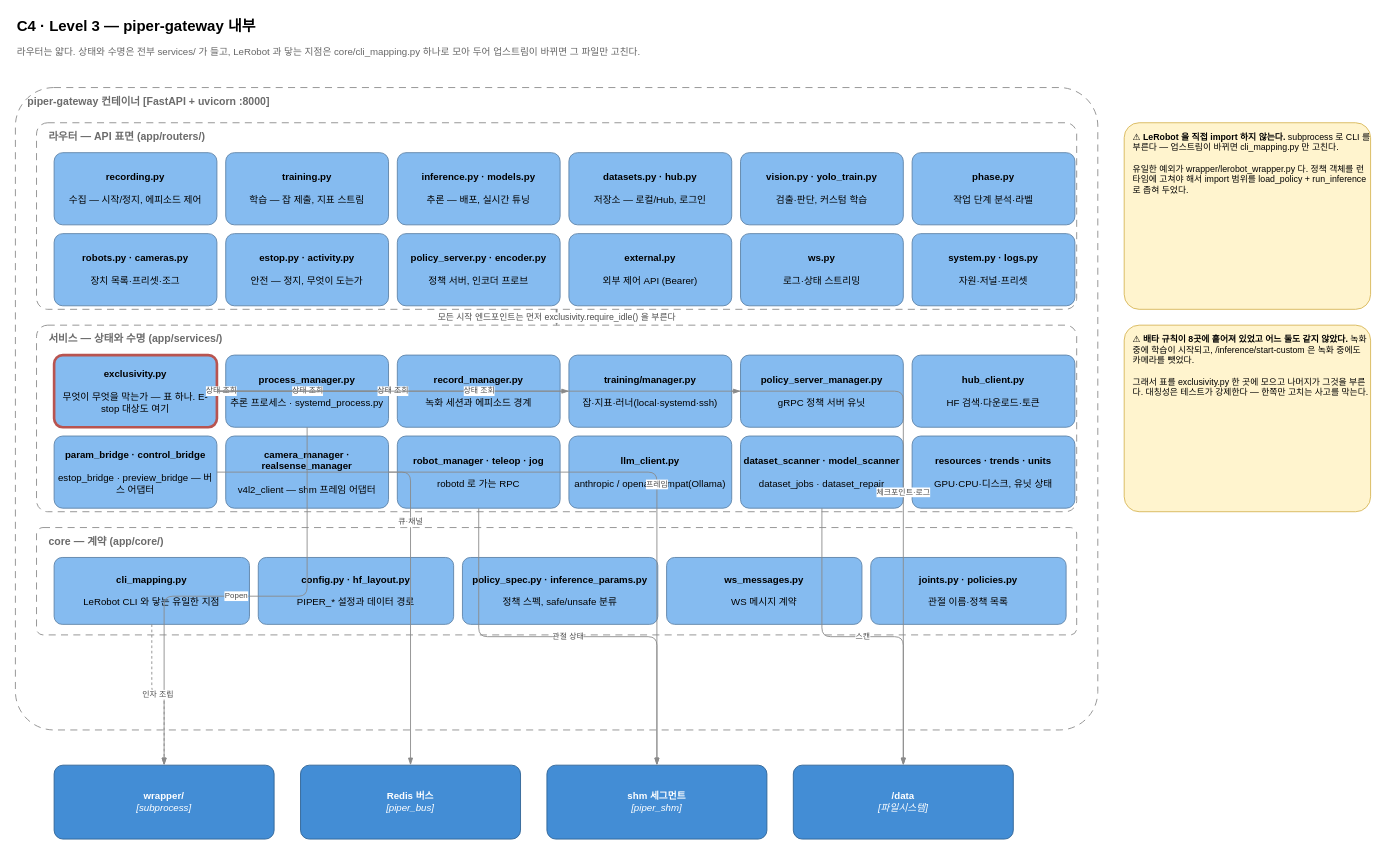
Above: page "L3 — piper-gateway 컴포넌트" (3 of 3) of docs/architecture-c4.drawio in WeGo-Robotics/wego-piper-web (draw.io), before the change. Source tidied: cells renumbered, new cells numbered last; positions are measured from the earlier drawing's top-left corner, leaving out a move shared by most shapes. Both pictures are drawn from the tidied source at 88%, with x=0, y=0 at pixel (15, 15).
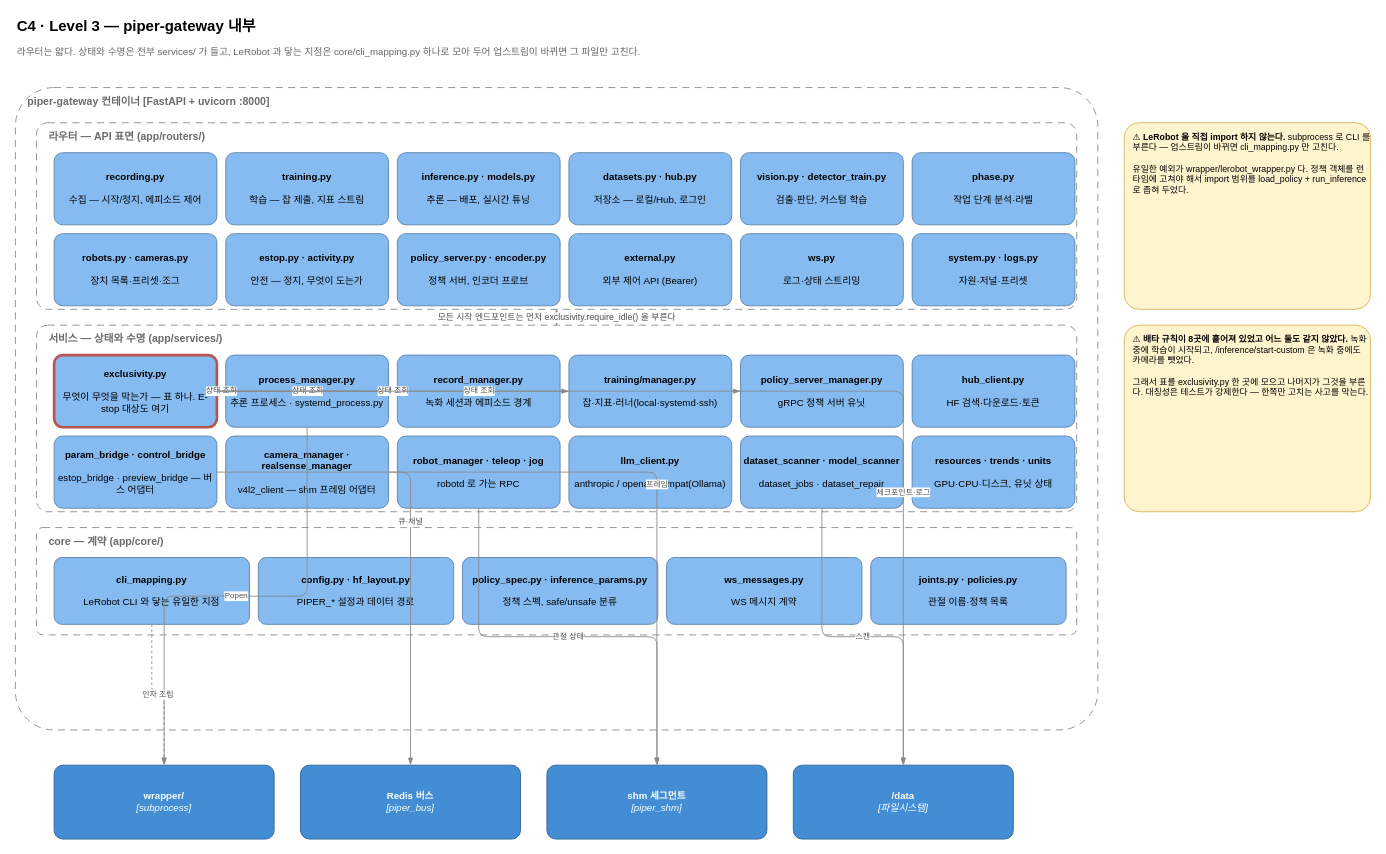
The same diagram, later.

Change to the diagram source:
```diff
@@
-    <mxCell id="10" value="&lt;b&gt;vision.py · yolo_train.py&lt;/b&gt;&lt;br&gt;&lt;br&gt;검출·판단, 커스텀 학습" style="rounded=1;whiteSpace=wrap;html=1;fillColor=#85BBF0;strokeColor=#5D82A8;fontColor=#000000;fontSize=11;arcSize=12;" parent="1" vertex="1">
+    <mxCell id="10" value="&lt;b&gt;vision.py · detector_train.py&lt;/b&gt;&lt;br&gt;&lt;br&gt;검출·판단, 커스텀 학습" style="rounded=1;whiteSpace=wrap;html=1;fillColor=#85BBF0;strokeColor=#5D82A8;fontColor=#000000;fontSize=11;arcSize=12;" parent="1" vertex="1">
       <mxGeometry x="824" y="156" width="185" height="82" as="geometry" />
     </mxCell>
```
